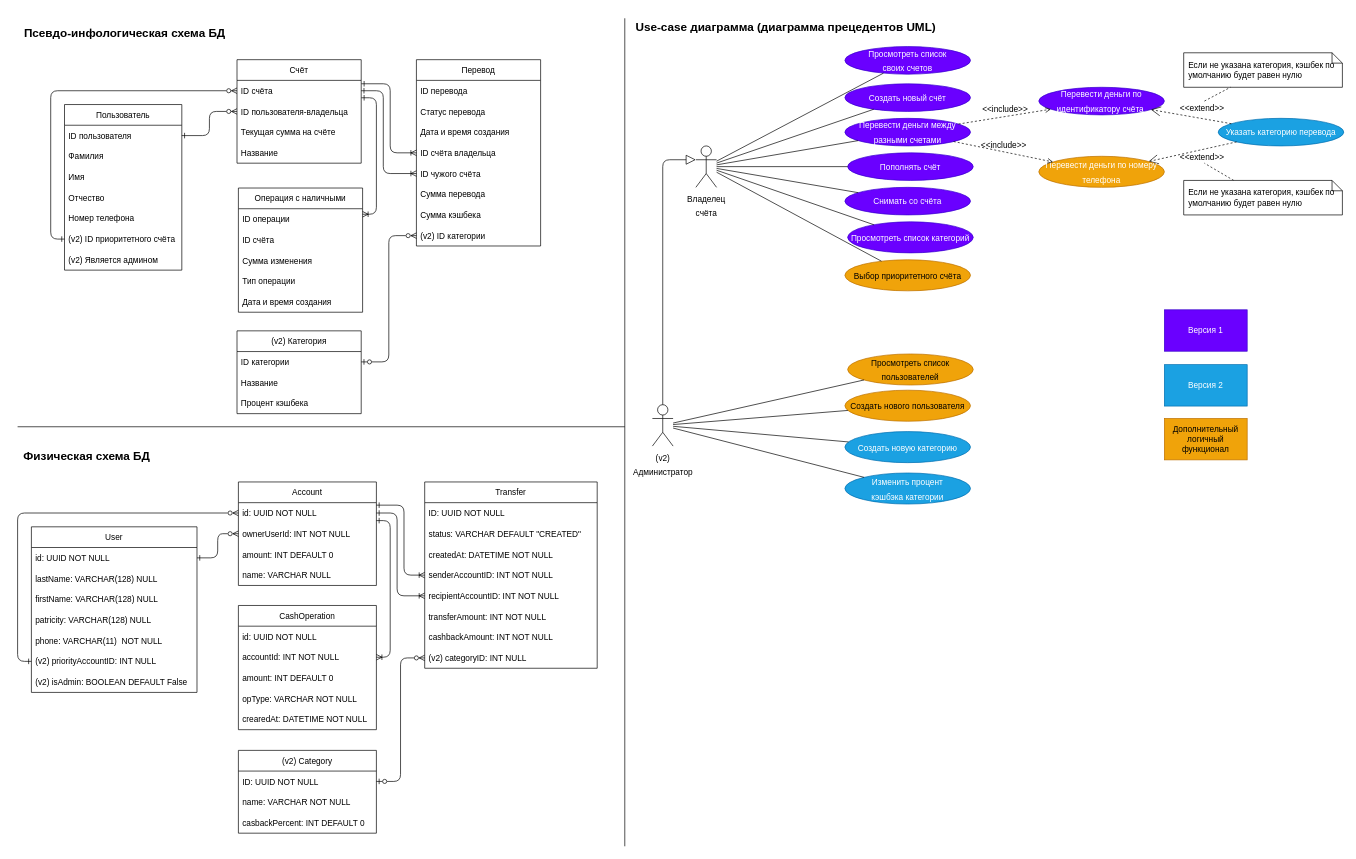
The draw.io diagram erd.drawio in Glazkoff/scala-money, before the edit. Source tidied: cells renumbered, new cells numbered last; positions are measured from the earlier drawing's top-left corner, leaving out a move shared by most shapes. Both pictures are drawn from the tidied source at 69%, with x=0, y=0 at pixel (17, 12).
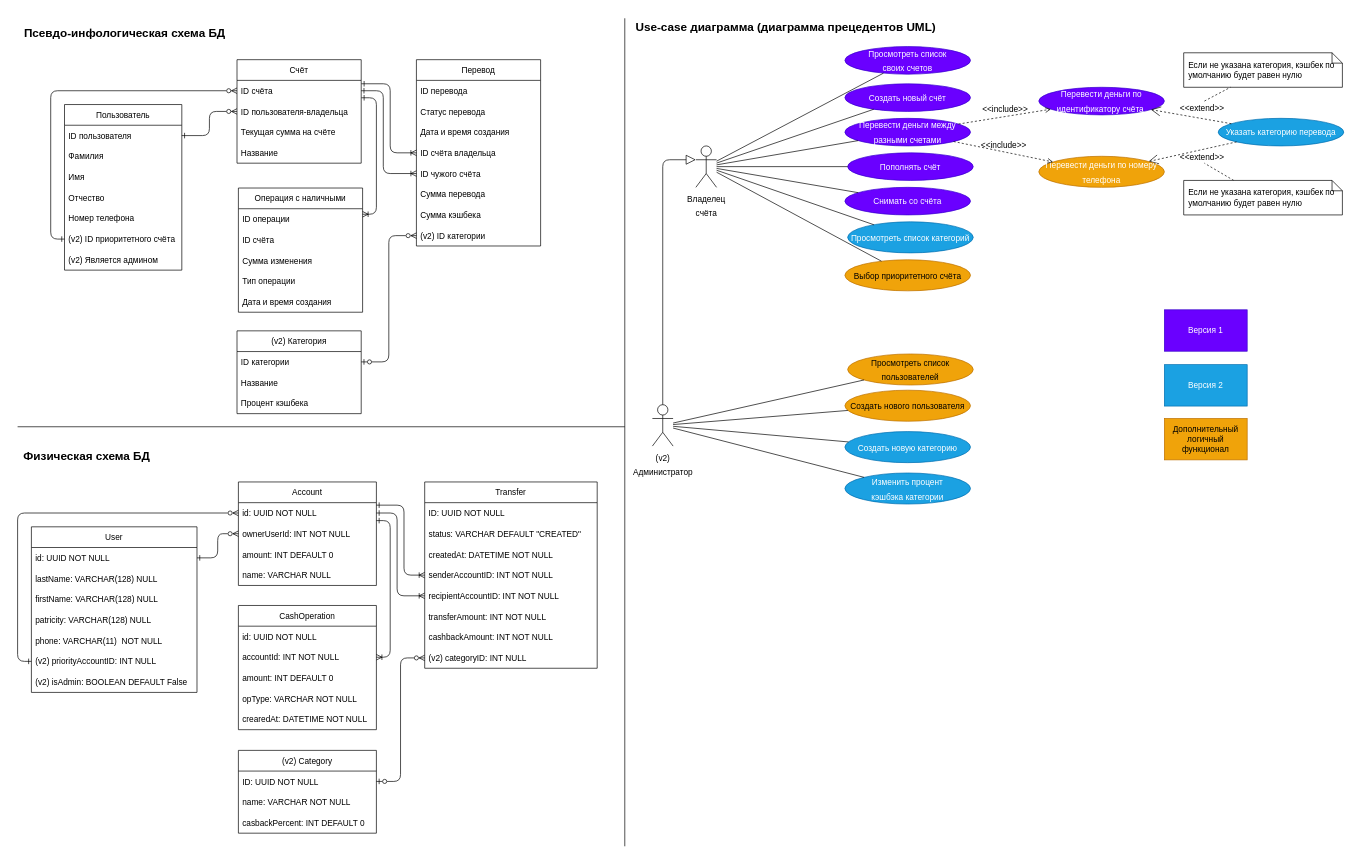
The same page after the edit.

Change to the diagram source:
```diff
@@
-    <mxCell id="77" value="&lt;font style=&quot;font-size: 12px&quot;&gt;Просмотреть список категорий&lt;/font&gt;" style="ellipse;whiteSpace=wrap;html=1;fontSize=17;fillColor=#6a00ff;fontColor=#ffffff;strokeColor=#3700CC;" parent="1" vertex="1">
+    <mxCell id="77" value="&lt;font style=&quot;font-size: 12px&quot;&gt;Просмотреть список категорий&lt;/font&gt;" style="ellipse;whiteSpace=wrap;html=1;fontSize=17;fillColor=#1ba1e2;fontColor=#ffffff;strokeColor=#006EAF;" parent="1" vertex="1">
       <mxGeometry x="1203" y="304" width="182" height="45" as="geometry" />
     </mxCell>
```
